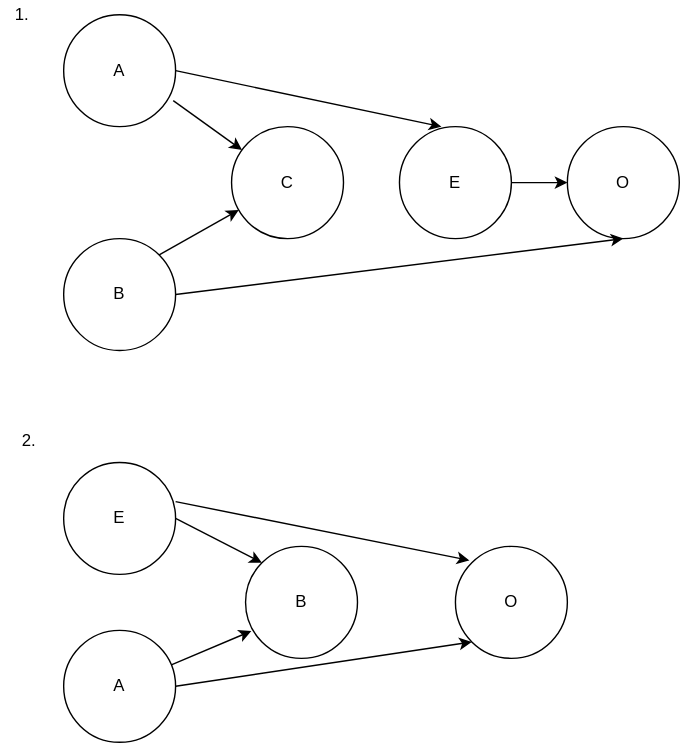
Above: docs/source/model_design/paths_closed_by_colliders.svg in ihmeuw/vivarium_research (draw.io), before the change. Source tidied: cells renumbered, new cells last; positions are measured from the earlier drawing's top-left corner, leaving out a move shared by most shapes. The source it was exported from:
```xml
<mxGraphModel>
  <root>
    <mxCell id="0" />
    <mxCell id="1" parent="0" />
    <mxCell id="2" value="O" style="ellipse;whiteSpace=wrap;html=1;" parent="1" vertex="1">
      <mxGeometry x="405" y="90" width="80" height="80" as="geometry" />
    </mxCell>
    <mxCell id="3" style="edgeStyle=orthogonalEdgeStyle;rounded=0;jettySize=auto;html=1;exitX=1;exitY=0.5;exitDx=0;exitDy=0;" parent="1" edge="1" source="4" target="2">
      <mxGeometry relative="1" as="geometry" />
    </mxCell>
    <mxCell id="4" value="E" style="ellipse;whiteSpace=wrap;html=1;" parent="1" vertex="1">
      <mxGeometry x="285" y="90" width="80" height="80" as="geometry" />
    </mxCell>
    <mxCell id="5" value="B" style="ellipse;whiteSpace=wrap;html=1;" parent="1" vertex="1">
      <mxGeometry x="45" y="170" width="80" height="80" as="geometry" />
    </mxCell>
    <mxCell id="6" value="C" style="ellipse;whiteSpace=wrap;html=1;" parent="1" vertex="1">
      <mxGeometry x="165" y="90" width="80" height="80" as="geometry" />
    </mxCell>
    <mxCell id="7" value="A" style="ellipse;whiteSpace=wrap;html=1;" parent="1" vertex="1">
      <mxGeometry x="45" y="10" width="80" height="80" as="geometry" />
    </mxCell>
    <mxCell id="8" style="endArrow=classic;html=1;exitX=1;exitY=0.5;exitDx=0;exitDy=0;" parent="1" edge="1" source="7">
      <mxGeometry relative="1" as="geometry">
        <mxPoint x="315" y="90" as="targetPoint" />
      </mxGeometry>
    </mxCell>
    <mxCell id="9" style="endArrow=classic;html=1;exitX=1;exitY=0.5;exitDx=0;exitDy=0;entryX=0.5;entryY=1;entryDx=0;entryDy=0;" parent="1" edge="1" source="5" target="2">
      <mxGeometry relative="1" as="geometry" />
    </mxCell>
    <mxCell id="10" style="endArrow=classic;html=1;exitX=0.979;exitY=0.767;exitDx=0;exitDy=0;exitPerimeter=0;" parent="1" edge="1" source="7" target="6">
      <mxGeometry relative="1" as="geometry" />
    </mxCell>
    <mxCell id="11" style="endArrow=classic;html=1;exitX=1;exitY=0;exitDx=0;exitDy=0;" parent="1" edge="1" source="5" target="6">
      <mxGeometry relative="1" as="geometry" />
    </mxCell>
    <mxCell id="12" value="1." style="text;html=1;align=center;verticalAlign=middle;" parent="1" vertex="1">
      <mxGeometry width="30" height="20" as="geometry" />
    </mxCell>
    <mxCell id="13" value="2." style="text;html=1;align=center;verticalAlign=middle;" parent="1" vertex="1">
      <mxGeometry x="5" y="305" width="30" height="20" as="geometry" />
    </mxCell>
    <mxCell id="14" value="O" style="ellipse;whiteSpace=wrap;html=1;" parent="1" vertex="1">
      <mxGeometry x="325" y="390" width="80" height="80" as="geometry" />
    </mxCell>
    <mxCell id="15" value="B" style="ellipse;whiteSpace=wrap;html=1;" parent="1" vertex="1">
      <mxGeometry x="175" y="390" width="80" height="80" as="geometry" />
    </mxCell>
    <mxCell id="16" value="A" style="ellipse;whiteSpace=wrap;html=1;" parent="1" vertex="1">
      <mxGeometry x="45" y="450" width="80" height="80" as="geometry" />
    </mxCell>
    <mxCell id="17" value="E" style="ellipse;whiteSpace=wrap;html=1;" parent="1" vertex="1">
      <mxGeometry x="45" y="330" width="80" height="80" as="geometry" />
    </mxCell>
    <mxCell id="18" style="endArrow=classic;html=1;exitX=1;exitY=0.5;exitDx=0;exitDy=0;entryX=0;entryY=0;entryDx=0;entryDy=0;" parent="1" edge="1" source="17" target="15">
      <mxGeometry relative="1" as="geometry" />
    </mxCell>
    <mxCell id="19" style="endArrow=classic;html=1;entryX=0.052;entryY=0.756;entryDx=0;entryDy=0;entryPerimeter=0;" parent="1" edge="1" source="16" target="15">
      <mxGeometry relative="1" as="geometry" />
    </mxCell>
    <mxCell id="20" style="endArrow=classic;html=1;exitX=1;exitY=0.35;exitDx=0;exitDy=0;exitPerimeter=0;" parent="1" edge="1" source="17">
      <mxGeometry relative="1" as="geometry">
        <mxPoint x="335" y="400" as="targetPoint" />
      </mxGeometry>
    </mxCell>
    <mxCell id="21" style="endArrow=classic;html=1;exitX=1;exitY=0.5;exitDx=0;exitDy=0;entryX=0;entryY=1;entryDx=0;entryDy=0;" parent="1" edge="1" source="16" target="14">
      <mxGeometry relative="1" as="geometry" />
    </mxCell>
  </root>
</mxGraphModel>
```
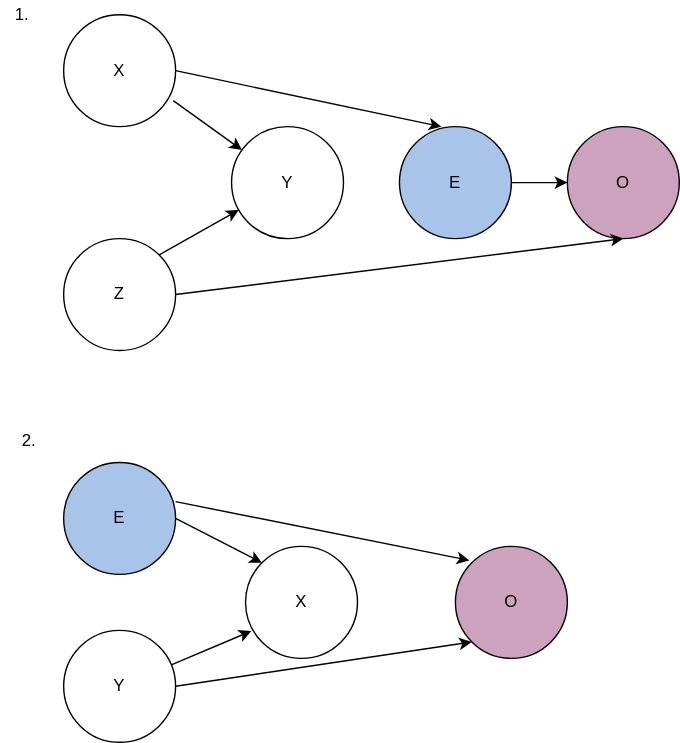
After the change.

Change to the diagram source:
```diff
@@ -2,22 +2,22 @@
   <root>
     <mxCell id="0" />
     <mxCell id="1" parent="0" />
-    <mxCell id="2" value="O" style="ellipse;whiteSpace=wrap;html=1;" parent="1" vertex="1">
+    <mxCell id="2" value="O" style="ellipse;whiteSpace=wrap;html=1;fillColor=#CDA2BE;" parent="1" vertex="1">
       <mxGeometry x="405" y="90" width="80" height="80" as="geometry" />
     </mxCell>
     <mxCell id="3" style="edgeStyle=orthogonalEdgeStyle;rounded=0;jettySize=auto;html=1;exitX=1;exitY=0.5;exitDx=0;exitDy=0;" parent="1" edge="1" source="4" target="2">
       <mxGeometry relative="1" as="geometry" />
     </mxCell>
-    <mxCell id="4" value="E" style="ellipse;whiteSpace=wrap;html=1;" parent="1" vertex="1">
+    <mxCell id="4" value="E" style="ellipse;whiteSpace=wrap;html=1;fillColor=#A9C4EB;" parent="1" vertex="1">
       <mxGeometry x="285" y="90" width="80" height="80" as="geometry" />
     </mxCell>
-    <mxCell id="5" value="B" style="ellipse;whiteSpace=wrap;html=1;" parent="1" vertex="1">
+    <mxCell id="5" value="Z" style="ellipse;whiteSpace=wrap;html=1;" parent="1" vertex="1">
       <mxGeometry x="45" y="170" width="80" height="80" as="geometry" />
     </mxCell>
-    <mxCell id="6" value="C" style="ellipse;whiteSpace=wrap;html=1;" parent="1" vertex="1">
+    <mxCell id="6" value="Y" style="ellipse;whiteSpace=wrap;html=1;" parent="1" vertex="1">
       <mxGeometry x="165" y="90" width="80" height="80" as="geometry" />
     </mxCell>
-    <mxCell id="7" value="A" style="ellipse;whiteSpace=wrap;html=1;" parent="1" vertex="1">
+    <mxCell id="7" value="X" style="ellipse;whiteSpace=wrap;html=1;" parent="1" vertex="1">
       <mxGeometry x="45" y="10" width="80" height="80" as="geometry" />
     </mxCell>
     <mxCell id="8" style="endArrow=classic;html=1;exitX=1;exitY=0.5;exitDx=0;exitDy=0;" parent="1" edge="1" source="7">
@@ -40,16 +40,16 @@
     <mxCell id="13" value="2." style="text;html=1;align=center;verticalAlign=middle;" parent="1" vertex="1">
       <mxGeometry x="5" y="305" width="30" height="20" as="geometry" />
     </mxCell>
-    <mxCell id="14" value="O" style="ellipse;whiteSpace=wrap;html=1;" parent="1" vertex="1">
+    <mxCell id="14" value="O" style="ellipse;whiteSpace=wrap;html=1;fillColor=#CDA2BE;" parent="1" vertex="1">
       <mxGeometry x="325" y="390" width="80" height="80" as="geometry" />
     </mxCell>
-    <mxCell id="15" value="B" style="ellipse;whiteSpace=wrap;html=1;" parent="1" vertex="1">
+    <mxCell id="15" value="X" style="ellipse;whiteSpace=wrap;html=1;" parent="1" vertex="1">
       <mxGeometry x="175" y="390" width="80" height="80" as="geometry" />
     </mxCell>
-    <mxCell id="16" value="A" style="ellipse;whiteSpace=wrap;html=1;" parent="1" vertex="1">
+    <mxCell id="16" value="Y" style="ellipse;whiteSpace=wrap;html=1;" parent="1" vertex="1">
       <mxGeometry x="45" y="450" width="80" height="80" as="geometry" />
     </mxCell>
-    <mxCell id="17" value="E" style="ellipse;whiteSpace=wrap;html=1;" parent="1" vertex="1">
+    <mxCell id="17" value="E" style="ellipse;whiteSpace=wrap;html=1;fillColor=#A9C4EB;" parent="1" vertex="1">
       <mxGeometry x="45" y="330" width="80" height="80" as="geometry" />
     </mxCell>
     <mxCell id="18" style="endArrow=classic;html=1;exitX=1;exitY=0.5;exitDx=0;exitDy=0;entryX=0;entryY=0;entryDx=0;entryDy=0;" parent="1" edge="1" source="17" target="15">
```
